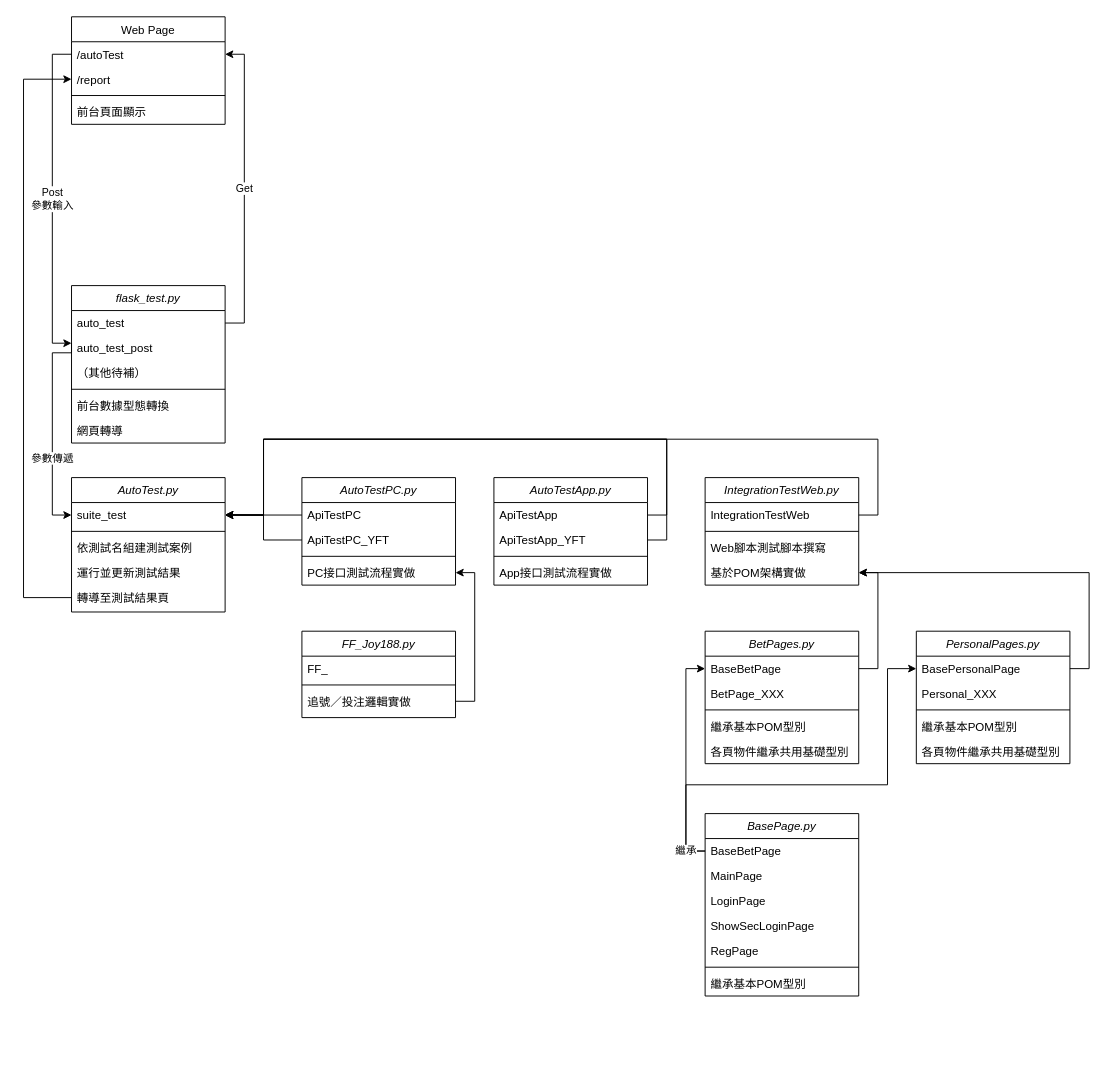
Earlier version of the draw.io diagram flask_flow_chart.drawio (peter53041993/flask_test). Source tidied: cells renumbered, new cells numbered last; positions are measured from the earlier drawing's top-left corner, leaving out a move shared by most shapes. Both pictures are drawn from the tidied source at 96%, with x=0, y=0 at pixel (23, 16).
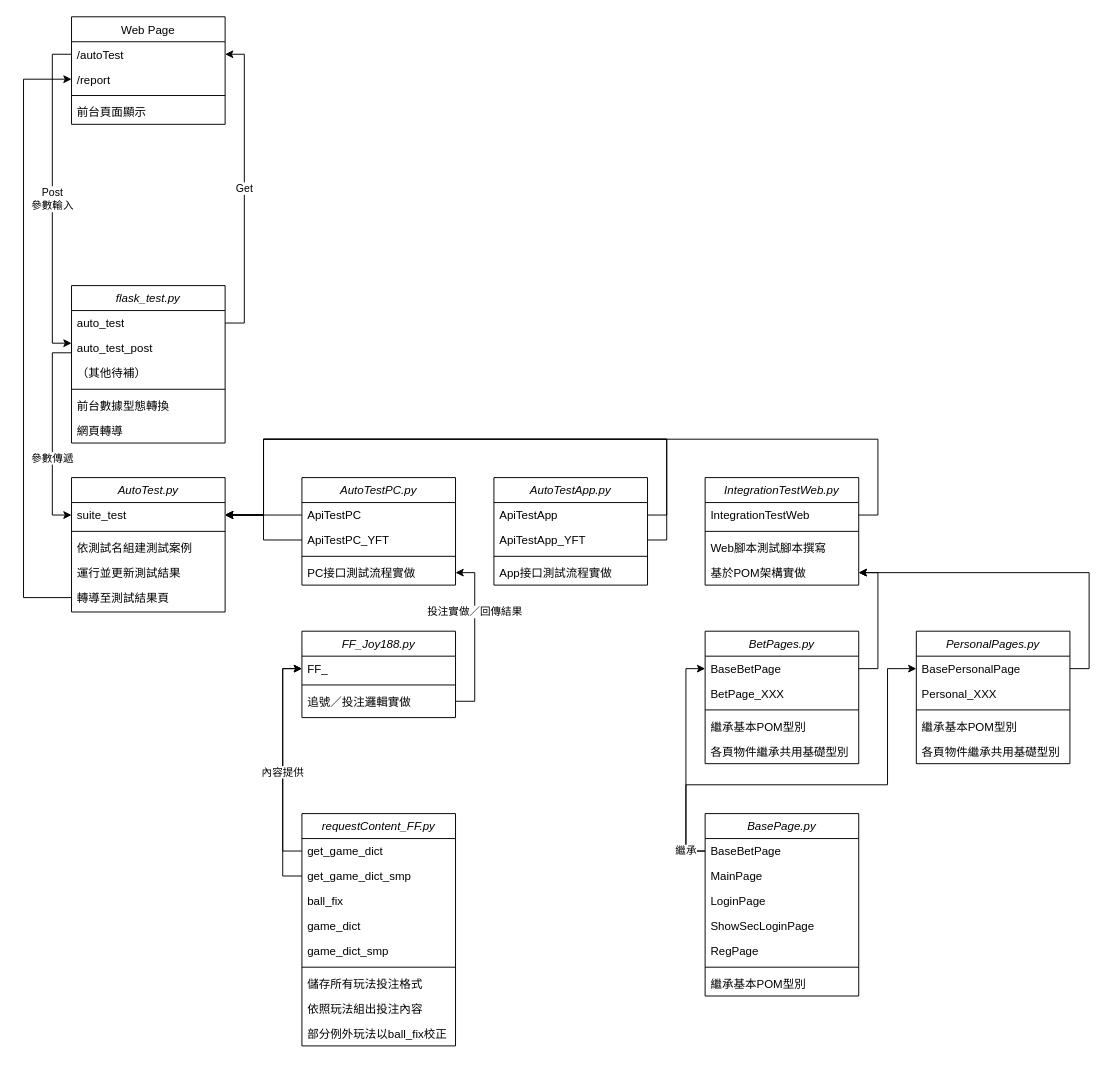
Above is the later version.

Commit message:
Update flask_flow_chart v2

The change refers to these unchanged cells:
```xml
<mxCell id="28" value="PC接口測試流程實做" style="text;align=left;verticalAlign=top;spacingLeft=4;spacingRight=4;overflow=hidden;points=[[0,0.5],[1,0.5]];portConstraint=eastwest;" parent="24" vertex="1">
  <mxGeometry y="86" width="160" height="26" as="geometry" />
</mxCell>
<mxCell id="30" value="FF_" style="text;align=left;verticalAlign=top;spacingLeft=4;spacingRight=4;overflow=hidden;points=[[0,0.5],[1,0.5]];portConstraint=eastwest;" parent="29" vertex="1">
  <mxGeometry y="26" width="160" height="26" as="geometry" />
</mxCell>
<mxCell id="32" value="追號／投注邏輯實做" style="text;align=left;verticalAlign=top;spacingLeft=4;spacingRight=4;overflow=hidden;points=[[0,0.5],[1,0.5]];portConstraint=eastwest;" parent="29" vertex="1">
  <mxGeometry y="60" width="160" height="26" as="geometry" />
</mxCell>
```

Change to the diagram source:
```diff
@@
-    <mxCell id="33" style="edgeStyle=orthogonalEdgeStyle;rounded=0;jettySize=auto;html=1;exitX=1;exitY=0.5;exitDx=0;exitDy=0;entryX=1;entryY=0.5;entryDx=0;entryDy=0;" parent="1" edge="1" source="32" target="28">
-      <mxGeometry relative="1" as="geometry" />
+    <mxCell id="33" value="投注實做／回傳結果" style="edgeStyle=orthogonalEdgeStyle;rounded=0;jettySize=auto;html=1;exitX=1;exitY=0.5;exitDx=0;exitDy=0;entryX=1;entryY=0.5;entryDx=0;entryDy=0;" parent="1" edge="1" source="32" target="28">
+      <mxGeometry x="0.3" relative="1" as="geometry" />
     </mxCell>
@@
+    <mxCell id="73" value="requestContent_FF.py" style="swimlane;fontStyle=2;align=center;verticalAlign=top;horizontal=1;startSize=26;rounded=0;shadow=0;strokeWidth=1;" parent="1" vertex="1">
+      <mxGeometry x="290" y="830" width="160" height="242" as="geometry" />
+    </mxCell>
+    <mxCell id="74" value="get_game_dict" style="text;align=left;verticalAlign=top;spacingLeft=4;spacingRight=4;overflow=hidden;points=[[0,0.5],[1,0.5]];portConstraint=eastwest;" parent="73" vertex="1">
+      <mxGeometry y="26" width="160" height="26" as="geometry" />
+    </mxCell>
+    <mxCell id="75" value="get_game_dict_smp" style="text;align=left;verticalAlign=top;spacingLeft=4;spacingRight=4;overflow=hidden;points=[[0,0.5],[1,0.5]];portConstraint=eastwest;" parent="73" vertex="1">
+      <mxGeometry y="52" width="160" height="26" as="geometry" />
+    </mxCell>
+    <mxCell id="76" value="ball_fix" style="text;align=left;verticalAlign=top;spacingLeft=4;spacingRight=4;overflow=hidden;" parent="73" vertex="1">
+      <mxGeometry y="78" width="160" height="26" as="geometry" />
+    </mxCell>
+    <mxCell id="77" value="game_dict" style="text;align=left;verticalAlign=top;spacingLeft=4;spacingRight=4;overflow=hidden;" parent="73" vertex="1">
+      <mxGeometry y="104" width="160" height="26" as="geometry" />
+    </mxCell>
+    <mxCell id="78" value="game_dict_smp" style="text;align=left;verticalAlign=top;spacingLeft=4;spacingRight=4;overflow=hidden;" parent="73" vertex="1">
+      <mxGeometry y="130" width="160" height="26" as="geometry" />
+    </mxCell>
+    <mxCell id="79" style="line;html=1;strokeWidth=1;align=left;verticalAlign=middle;spacingTop=-1;spacingLeft=3;spacingRight=3;labelPosition=right;" parent="73" vertex="1">
+      <mxGeometry y="156" width="160" height="8" as="geometry" />
+    </mxCell>
+    <mxCell id="80" value="儲存所有玩法投注格式" style="text;align=left;verticalAlign=top;spacingLeft=4;spacingRight=4;overflow=hidden;" parent="73" vertex="1">
+      <mxGeometry y="164" width="160" height="26" as="geometry" />
+    </mxCell>
+    <mxCell id="81" value="依照玩法組出投注內容" style="text;align=left;verticalAlign=top;spacingLeft=4;spacingRight=4;overflow=hidden;" parent="73" vertex="1">
+      <mxGeometry y="190" width="160" height="26" as="geometry" />
+    </mxCell>
+    <mxCell id="82" value="部分例外玩法以ball_fix校正" style="text;align=left;verticalAlign=top;spacingLeft=4;spacingRight=4;overflow=hidden;" parent="73" vertex="1">
+      <mxGeometry y="216" width="160" height="26" as="geometry" />
+    </mxCell>
+    <mxCell id="83" style="edgeStyle=orthogonalEdgeStyle;rounded=0;jettySize=auto;html=1;entryX=0;entryY=0.5;entryDx=0;entryDy=0;" parent="1" edge="1" source="74" target="30">
+      <mxGeometry relative="1" as="geometry" />
+    </mxCell>
+    <mxCell id="84" value="內容提供" style="edgeStyle=orthogonalEdgeStyle;rounded=0;jettySize=auto;html=1;entryX=0;entryY=0.5;entryDx=0;entryDy=0;" parent="1" edge="1" source="75" target="30">
+      <mxGeometry relative="1" as="geometry" />
+    </mxCell>
```
